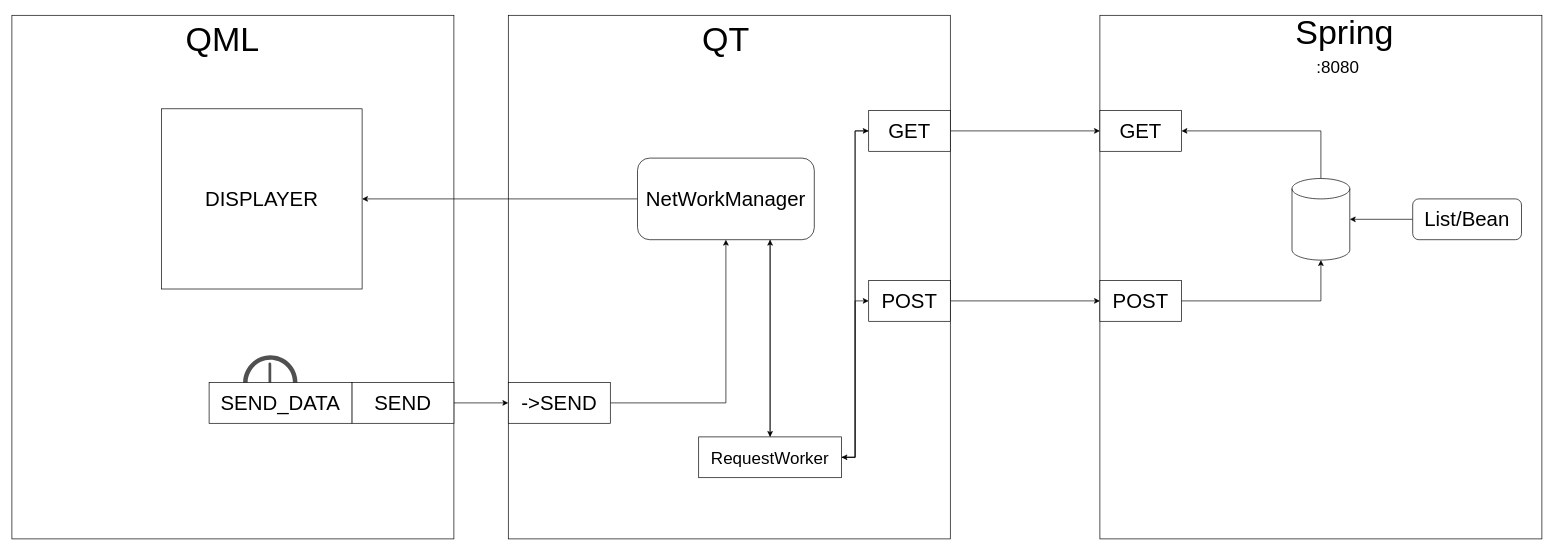
The draw.io diagram graphs/Untitled Diagram.drawio in ChuanSWT/QT-with-NetWork, before the edit. Source tidied: cells renumbered, new cells numbered last; positions are measured from the earlier drawing's top-left corner, leaving out a move shared by most shapes. Both pictures are drawn from the tidied source at 68%, with x=0, y=0 at pixel (12, 15).
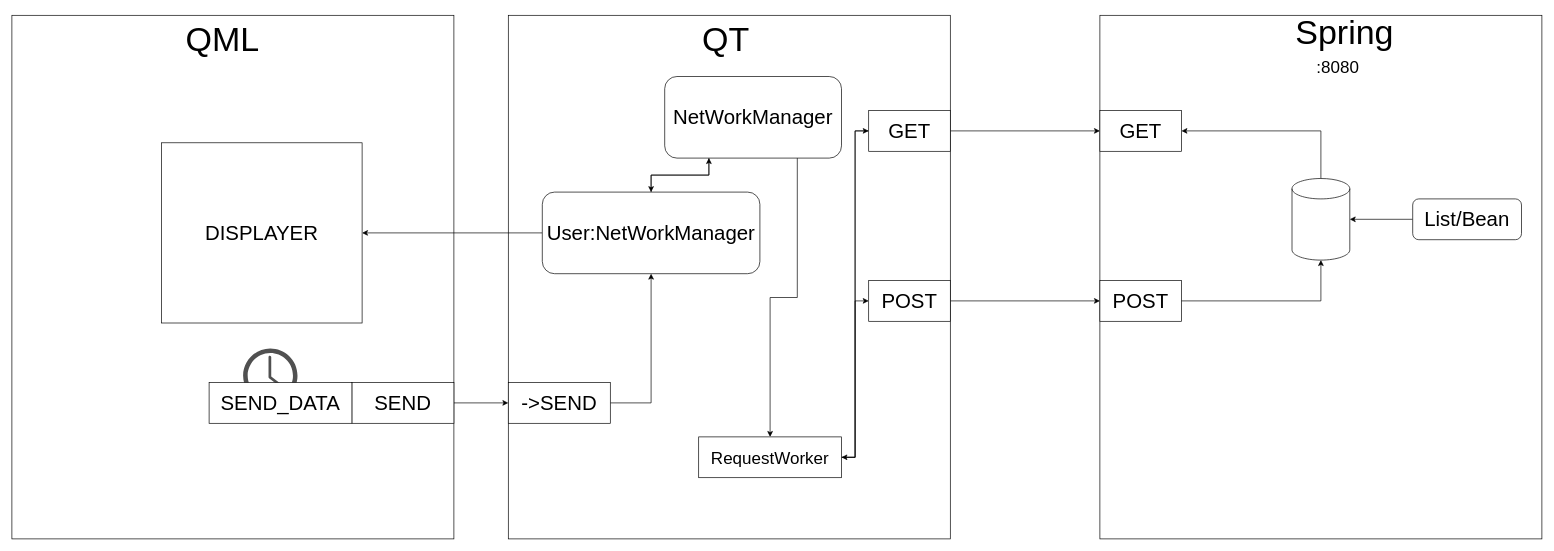
The same page after the edit.

Unchanged cells that the change refers to:
```xml
<mxCell id="25" value="&lt;font style=&quot;font-size: 30px;&quot;&gt;-&amp;gt;SEND&lt;/font&gt;" style="rounded=0;whiteSpace=wrap;html=1;" parent="1" vertex="1">
  <mxGeometry x="730" y="540" width="150" height="60" as="geometry" />
</mxCell>
<mxCell id="32" value="&lt;font style=&quot;font-size: 25px;&quot;&gt;RequestWorker&lt;/font&gt;" style="rounded=0;whiteSpace=wrap;html=1;" parent="1" vertex="1">
  <mxGeometry x="1010" y="620" width="210" height="60" as="geometry" />
</mxCell>
```

The edit, as a diff of the source:
```diff
@@
     <mxCell id="23" style="sketch=0;shadow=0;dashed=0;html=1;strokeColor=none;fillColor=#505050;labelPosition=center;verticalLabelPosition=bottom;verticalAlign=top;align=center;shape=mxgraph.office.concepts.clock;" parent="1" vertex="1">
-      <mxGeometry x="340" y="500" width="80" height="80" as="geometry" />
+      <mxGeometry x="340" y="490" width="80" height="80" as="geometry" />
     </mxCell>
-    <mxCell id="24" style="edgeStyle=orthogonalEdgeStyle;rounded=0;jettySize=auto;html=1;exitX=1;exitY=0.5;exitDx=0;exitDy=0;entryX=0.5;entryY=1;entryDx=0;entryDy=0;" parent="1" edge="1" source="25" target="28">
+    <mxCell id="24" style="edgeStyle=orthogonalEdgeStyle;rounded=0;jettySize=auto;html=1;exitX=1;exitY=0.5;exitDx=0;exitDy=0;entryX=0.5;entryY=1;entryDx=0;entryDy=0;" parent="1" edge="1" source="25" target="38">
       <mxGeometry relative="1" as="geometry" />
     </mxCell>
@@
-    <mxCell id="26" style="edgeStyle=orthogonalEdgeStyle;rounded=0;jettySize=auto;html=1;exitX=0.75;exitY=1;exitDx=0;exitDy=0;" parent="1" edge="1" source="28" target="32">
+    <mxCell id="26" style="edgeStyle=orthogonalEdgeStyle;rounded=0;jettySize=auto;html=1;exitX=0.75;exitY=1;exitDx=0;exitDy=0;entryX=0.5;entryY=0;entryDx=0;entryDy=0;" parent="1" edge="1" source="28" target="32">
       <mxGeometry relative="1" as="geometry" />
     </mxCell>
-    <mxCell id="27" style="edgeStyle=orthogonalEdgeStyle;rounded=0;jettySize=auto;html=1;exitX=0;exitY=0.5;exitDx=0;exitDy=0;entryX=1;entryY=0.5;entryDx=0;entryDy=0;" parent="1" edge="1" source="28" target="34">
-      <mxGeometry relative="1" as="geometry" />
-    </mxCell>
+    <mxCell id="35" style="edgeStyle=orthogonalEdgeStyle;rounded=0;jettySize=auto;html=1;exitX=0.25;exitY=1;exitDx=0;exitDy=0;entryX=0.5;entryY=0;entryDx=0;entryDy=0;" parent="1" edge="1" source="28" target="38">
+      <mxGeometry relative="1" as="geometry" />
+    </mxCell>
     <mxCell id="28" value="&lt;font style=&quot;font-size: 30px;&quot;&gt;NetWorkManager&lt;/font&gt;" style="rounded=1;whiteSpace=wrap;html=1;" parent="1" vertex="1">
-      <mxGeometry x="920" y="210" width="260" height="120" as="geometry" />
+      <mxGeometry x="960" y="90" width="260" height="120" as="geometry" />
     </mxCell>
@@
-    <mxCell id="31" style="edgeStyle=orthogonalEdgeStyle;rounded=0;jettySize=auto;html=1;exitX=0.5;exitY=0;exitDx=0;exitDy=0;entryX=0.75;entryY=1;entryDx=0;entryDy=0;" parent="1" edge="1" source="32" target="28">
-      <mxGeometry relative="1" as="geometry" />
-    </mxCell>
@@
     <mxCell id="34" value="&lt;font style=&quot;font-size: 30px;&quot;&gt;DISPLAYER&lt;/font&gt;" style="rounded=0;whiteSpace=wrap;html=1;" parent="1" vertex="1">
-      <mxGeometry x="220" y="137.5" width="295" height="265" as="geometry" />
+      <mxGeometry x="220" y="187.5" width="295" height="265" as="geometry" />
     </mxCell>
+    <mxCell id="36" style="edgeStyle=orthogonalEdgeStyle;rounded=0;jettySize=auto;html=1;exitX=0.5;exitY=0;exitDx=0;exitDy=0;entryX=0.25;entryY=1;entryDx=0;entryDy=0;" parent="1" edge="1" source="38" target="28">
+      <mxGeometry relative="1" as="geometry" />
+    </mxCell>
+    <mxCell id="37" style="edgeStyle=orthogonalEdgeStyle;rounded=0;jettySize=auto;html=1;exitX=0;exitY=0.5;exitDx=0;exitDy=0;entryX=1;entryY=0.5;entryDx=0;entryDy=0;" parent="1" edge="1" source="38" target="34">
+      <mxGeometry relative="1" as="geometry" />
+    </mxCell>
+    <mxCell id="38" value="&lt;div style=&quot;&quot;&gt;&lt;span style=&quot;font-size: 30px; background-color: transparent; color: light-dark(rgb(0, 0, 0), rgb(255, 255, 255));&quot;&gt;User:NetWorkManager&lt;/span&gt;&lt;/div&gt;" style="rounded=1;whiteSpace=wrap;html=1;align=center;" parent="1" vertex="1">
+      <mxGeometry x="780" y="260" width="320" height="120" as="geometry" />
+    </mxCell>
```
